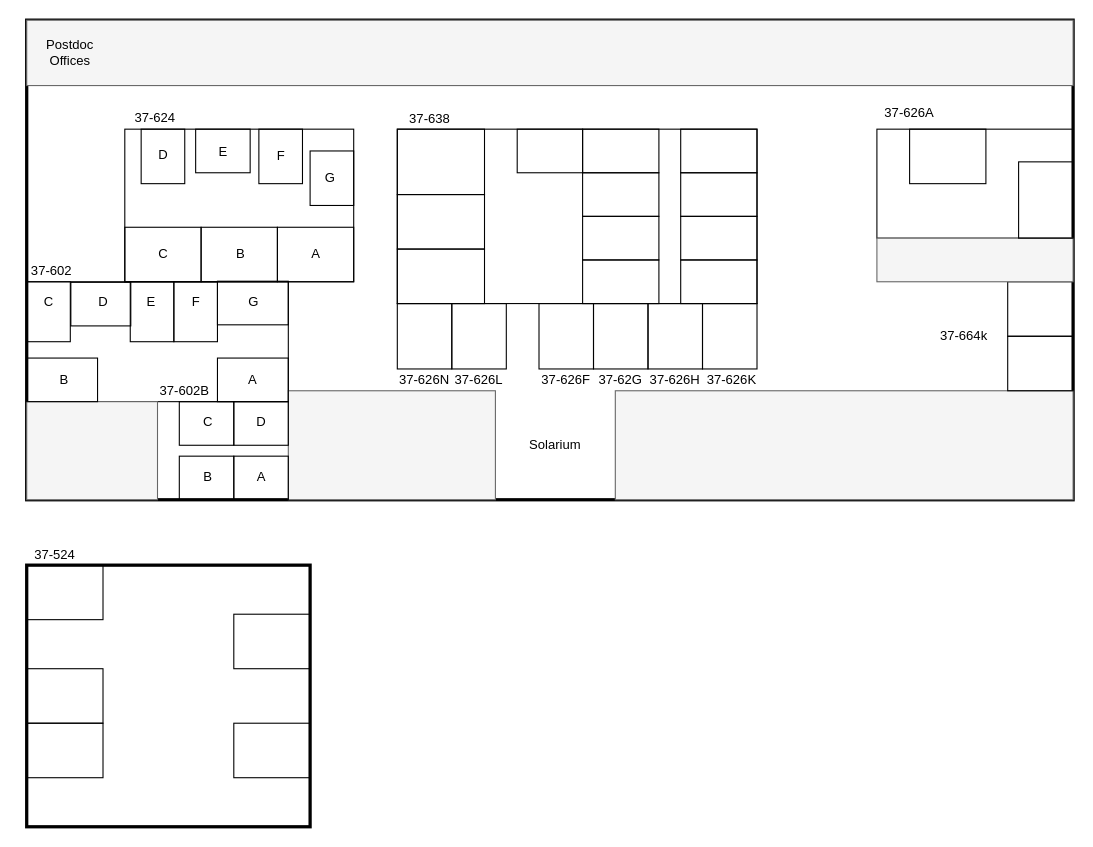
Above: floorplan.drawio in CianMRoche/DeskCzar (draw.io), before the change. Source tidied: cells renumbered, new cells numbered last; positions are measured from the earlier drawing's top-left corner, leaving out a move shared by most shapes. Both pictures are drawn from the tidied source at 109%, with x=0, y=0 at pixel (17, 20).
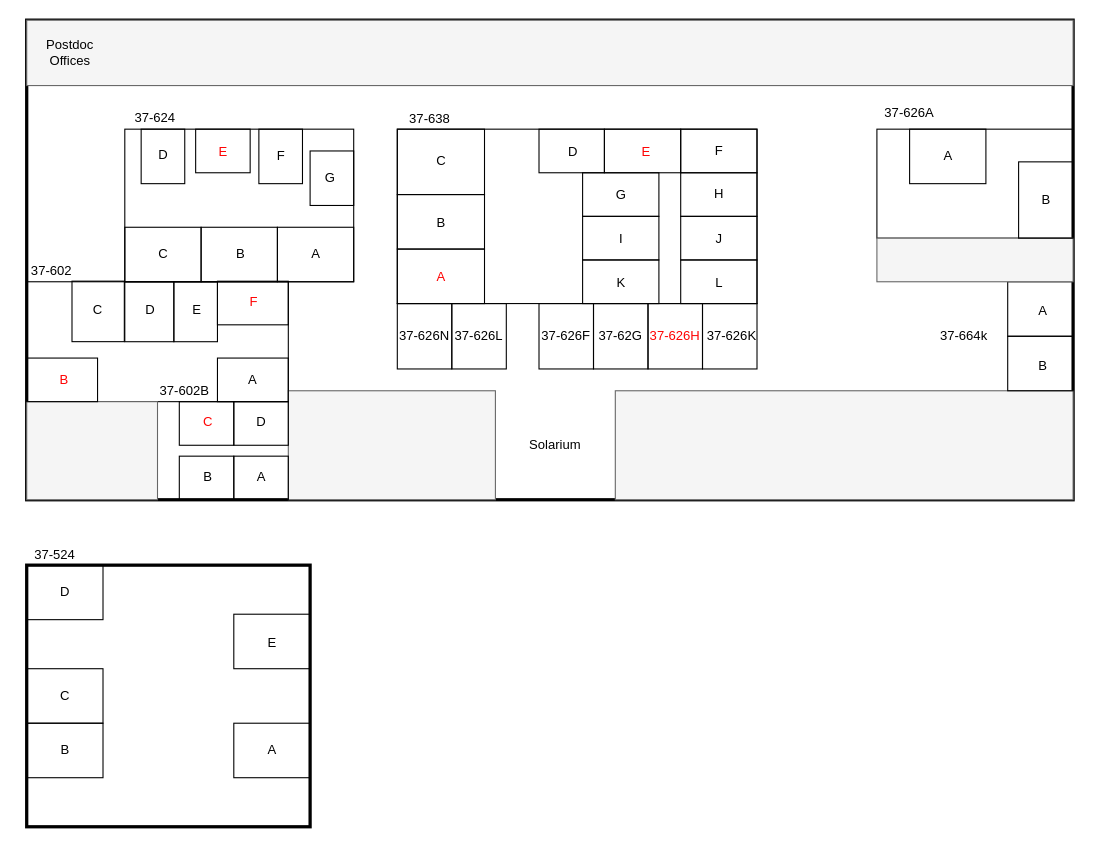
After the change.

Commit message:
Update floorplan.drawio all letters

What changed in the source:
```diff
@@
     <mxCell id="19" style="rounded=0;whiteSpace=wrap;html=1;fillColor=none;" parent="1" vertex="1">
-      <mxGeometry x="458" y="100" width="60" height="40" as="geometry" />
+      <mxGeometry x="478" y="100" width="60" height="40" as="geometry" />
     </mxCell>
     <mxCell id="20" style="rounded=0;whiteSpace=wrap;html=1;fillColor=none;" parent="1" vertex="1">
-      <mxGeometry x="518" y="100" width="70" height="40" as="geometry" />
+      <mxGeometry x="538" y="100" width="70" height="40" as="geometry" />
     </mxCell>
@@
-    <mxCell id="48" style="rounded=0;whiteSpace=wrap;html=1;fillColor=none;rotation=-180;" parent="1" vertex="1">
-      <mxGeometry x="8" y="240" width="40" height="55" as="geometry" />
-    </mxCell>
@@
     <mxCell id="50" style="rounded=0;whiteSpace=wrap;html=1;fillColor=none;rotation=90;" parent="1" vertex="1">
-      <mxGeometry x="56" y="233" width="40" height="55" as="geometry" />
+      <mxGeometry x="45.8" y="243.2" width="55.5" height="48" as="geometry" />
     </mxCell>
     <mxCell id="51" style="rounded=0;whiteSpace=wrap;html=1;fillColor=none;rotation=-180;" parent="1" vertex="1">
-      <mxGeometry x="103" y="240" width="40" height="55" as="geometry" />
+      <mxGeometry x="98" y="240" width="45" height="55" as="geometry" />
     </mxCell>
@@
     <mxCell id="64" value="37-626N" style="text;html=1;strokeColor=none;fillColor=none;align=center;verticalAlign=middle;whiteSpace=wrap;rounded=0;" parent="1" vertex="1">
-      <mxGeometry x="343" y="315" width="60" height="30" as="geometry" />
+      <mxGeometry x="343" y="275" width="60" height="30" as="geometry" />
     </mxCell>
     <mxCell id="65" value="37-626L" style="text;html=1;strokeColor=none;fillColor=none;align=center;verticalAlign=middle;whiteSpace=wrap;rounded=0;" parent="1" vertex="1">
-      <mxGeometry x="393" y="315" width="60" height="30" as="geometry" />
+      <mxGeometry x="393" y="275" width="60" height="30" as="geometry" />
     </mxCell>
     <mxCell id="66" value="37-626F" style="text;html=1;strokeColor=none;fillColor=none;align=center;verticalAlign=middle;whiteSpace=wrap;rounded=0;" parent="1" vertex="1">
-      <mxGeometry x="473" y="315" width="60" height="30" as="geometry" />
+      <mxGeometry x="473" y="275" width="60" height="30" as="geometry" />
     </mxCell>
     <mxCell id="67" value="37-62G" style="text;html=1;strokeColor=none;fillColor=none;align=center;verticalAlign=middle;whiteSpace=wrap;rounded=0;" parent="1" vertex="1">
-      <mxGeometry x="523" y="315" width="60" height="30" as="geometry" />
+      <mxGeometry x="523" y="275" width="60" height="30" as="geometry" />
     </mxCell>
-    <mxCell id="68" value="37-626H" style="text;html=1;strokeColor=none;fillColor=none;align=center;verticalAlign=middle;whiteSpace=wrap;rounded=0;" parent="1" vertex="1">
-      <mxGeometry x="573" y="315" width="60" height="30" as="geometry" />
+    <mxCell id="68" value="&lt;font color=&quot;#ff0303&quot;&gt;37-626H&lt;/font&gt;" style="text;html=1;strokeColor=none;fillColor=none;align=center;verticalAlign=middle;whiteSpace=wrap;rounded=0;" parent="1" vertex="1">
+      <mxGeometry x="573" y="275" width="60" height="30" as="geometry" />
     </mxCell>
     <mxCell id="69" value="37-626K" style="text;html=1;strokeColor=none;fillColor=none;align=center;verticalAlign=middle;whiteSpace=wrap;rounded=0;" parent="1" vertex="1">
-      <mxGeometry x="625" y="315" width="60" height="30" as="geometry" />
+      <mxGeometry x="625" y="275" width="60" height="30" as="geometry" />
     </mxCell>
@@
-    <mxCell id="77" value="E" style="text;html=1;strokeColor=none;fillColor=none;align=center;verticalAlign=middle;whiteSpace=wrap;rounded=0;" parent="1" vertex="1">
+    <mxCell id="77" value="&lt;font color=&quot;#ff0303&quot;&gt;E&lt;/font&gt;" style="text;html=1;strokeColor=none;fillColor=none;align=center;verticalAlign=middle;whiteSpace=wrap;rounded=0;" parent="1" vertex="1">
       <mxGeometry x="179.5" y="106" width="17" height="30" as="geometry" />
     </mxCell>
@@
-    <mxCell id="81" value="B" style="text;html=1;strokeColor=none;fillColor=none;align=center;verticalAlign=middle;whiteSpace=wrap;rounded=0;" parent="1" vertex="1">
+    <mxCell id="81" value="&lt;font color=&quot;#ff0303&quot;&gt;B&lt;/font&gt;" style="text;html=1;strokeColor=none;fillColor=none;align=center;verticalAlign=middle;whiteSpace=wrap;rounded=0;" parent="1" vertex="1">
       <mxGeometry x="34" y="315" width="17" height="30" as="geometry" />
     </mxCell>
-    <mxCell id="82" value="C" style="text;html=1;strokeColor=none;fillColor=none;align=center;verticalAlign=middle;whiteSpace=wrap;rounded=0;" parent="1" vertex="1">
-      <mxGeometry x="20" y="244" width="17" height="30" as="geometry" />
-    </mxCell>
-    <mxCell id="83" value="D" style="text;html=1;strokeColor=none;fillColor=none;align=center;verticalAlign=middle;whiteSpace=wrap;rounded=0;" parent="1" vertex="1">
-      <mxGeometry x="70" y="244" width="17" height="30" as="geometry" />
+    <mxCell id="83" value="C" style="text;html=1;strokeColor=none;fillColor=none;align=center;verticalAlign=middle;whiteSpace=wrap;rounded=0;" parent="1" vertex="1">
+      <mxGeometry x="65" y="251" width="17" height="30" as="geometry" />
     </mxCell>
-    <mxCell id="84" value="E" style="text;html=1;strokeColor=none;fillColor=none;align=center;verticalAlign=middle;whiteSpace=wrap;rounded=0;" parent="1" vertex="1">
-      <mxGeometry x="114" y="244" width="17" height="30" as="geometry" />
+    <mxCell id="84" value="D" style="text;html=1;strokeColor=none;fillColor=none;align=center;verticalAlign=middle;whiteSpace=wrap;rounded=0;" parent="1" vertex="1">
+      <mxGeometry x="113" y="251" width="17" height="30" as="geometry" />
     </mxCell>
-    <mxCell id="85" value="F" style="text;html=1;strokeColor=none;fillColor=none;align=center;verticalAlign=middle;whiteSpace=wrap;rounded=0;" parent="1" vertex="1">
-      <mxGeometry x="155" y="244" width="17" height="30" as="geometry" />
+    <mxCell id="85" value="E" style="text;html=1;strokeColor=none;fillColor=none;align=center;verticalAlign=middle;whiteSpace=wrap;rounded=0;" parent="1" vertex="1">
+      <mxGeometry x="156" y="251" width="17" height="30" as="geometry" />
     </mxCell>
-    <mxCell id="86" value="G" style="text;html=1;strokeColor=none;fillColor=none;align=center;verticalAlign=middle;whiteSpace=wrap;rounded=0;" parent="1" vertex="1">
+    <mxCell id="86" value="&lt;font color=&quot;#ff0303&quot;&gt;F&lt;/font&gt;" style="text;html=1;strokeColor=none;fillColor=none;align=center;verticalAlign=middle;whiteSpace=wrap;rounded=0;" parent="1" vertex="1">
       <mxGeometry x="208" y="244" width="17" height="30" as="geometry" />
     </mxCell>
@@
-    <mxCell id="90" value="C" style="text;html=1;strokeColor=none;fillColor=none;align=center;verticalAlign=middle;whiteSpace=wrap;rounded=0;" parent="1" vertex="1">
+    <mxCell id="90" value="&lt;font color=&quot;#ff0303&quot;&gt;C&lt;/font&gt;" style="text;html=1;strokeColor=none;fillColor=none;align=center;verticalAlign=middle;whiteSpace=wrap;rounded=0;" parent="1" vertex="1">
       <mxGeometry x="166" y="354" width="17" height="30" as="geometry" />
     </mxCell>
+    <mxCell id="91" value="&lt;font color=&quot;#ff0303&quot;&gt;E&lt;/font&gt;" style="text;html=1;strokeColor=none;fillColor=none;align=center;verticalAlign=middle;whiteSpace=wrap;rounded=0;" parent="1" vertex="1">
+      <mxGeometry x="568" y="106" width="17" height="30" as="geometry" />
+    </mxCell>
+    <mxCell id="92" value="C" style="text;html=1;strokeColor=none;fillColor=none;align=center;verticalAlign=middle;whiteSpace=wrap;rounded=0;" parent="1" vertex="1">
+      <mxGeometry x="379.5" y="114" width="17" height="30" as="geometry" />
+    </mxCell>
+    <mxCell id="93" value="D" style="text;html=1;strokeColor=none;fillColor=none;align=center;verticalAlign=middle;whiteSpace=wrap;rounded=0;" parent="1" vertex="1">
+      <mxGeometry x="501" y="106" width="17" height="30" as="geometry" />
+    </mxCell>
+    <mxCell id="94" value="F" style="text;html=1;strokeColor=none;fillColor=none;align=center;verticalAlign=middle;whiteSpace=wrap;rounded=0;" parent="1" vertex="1">
+      <mxGeometry x="634.5" y="105" width="17" height="30" as="geometry" />
+    </mxCell>
+    <mxCell id="95" value="H" style="text;html=1;strokeColor=none;fillColor=none;align=center;verticalAlign=middle;whiteSpace=wrap;rounded=0;" parent="1" vertex="1">
+      <mxGeometry x="634.5" y="145" width="17" height="30" as="geometry" />
+    </mxCell>
+    <mxCell id="96" value="J" style="text;html=1;strokeColor=none;fillColor=none;align=center;verticalAlign=middle;whiteSpace=wrap;rounded=0;" parent="1" vertex="1">
+      <mxGeometry x="634.5" y="185" width="17" height="31" as="geometry" />
+    </mxCell>
+    <mxCell id="97" value="L" style="text;html=1;strokeColor=none;fillColor=none;align=center;verticalAlign=middle;whiteSpace=wrap;rounded=0;" parent="1" vertex="1">
+      <mxGeometry x="634.5" y="225" width="17" height="31" as="geometry" />
+    </mxCell>
+    <mxCell id="98" value="K" style="text;html=1;strokeColor=none;fillColor=none;align=center;verticalAlign=middle;whiteSpace=wrap;rounded=0;" parent="1" vertex="1">
+      <mxGeometry x="544.5" y="225" width="17" height="31" as="geometry" />
+    </mxCell>
+    <mxCell id="99" value="I" style="text;html=1;strokeColor=none;fillColor=none;align=center;verticalAlign=middle;whiteSpace=wrap;rounded=0;" parent="1" vertex="1">
+      <mxGeometry x="544.5" y="185" width="17" height="31" as="geometry" />
+    </mxCell>
+    <mxCell id="100" value="G" style="text;html=1;strokeColor=none;fillColor=none;align=center;verticalAlign=middle;whiteSpace=wrap;rounded=0;" parent="1" vertex="1">
+      <mxGeometry x="544.5" y="145" width="17" height="31" as="geometry" />
+    </mxCell>
+    <mxCell id="101" value="B" style="text;html=1;strokeColor=none;fillColor=none;align=center;verticalAlign=middle;whiteSpace=wrap;rounded=0;" parent="1" vertex="1">
+      <mxGeometry x="379.5" y="170" width="17" height="31" as="geometry" />
+    </mxCell>
+    <mxCell id="102" value="&lt;font color=&quot;#ff0303&quot;&gt;A&lt;/font&gt;" style="text;html=1;strokeColor=none;fillColor=none;align=center;verticalAlign=middle;whiteSpace=wrap;rounded=0;" parent="1" vertex="1">
+      <mxGeometry x="379.5" y="220" width="17" height="31" as="geometry" />
+    </mxCell>
+    <mxCell id="103" value="A" style="text;html=1;strokeColor=none;fillColor=none;align=center;verticalAlign=middle;whiteSpace=wrap;rounded=0;" parent="1" vertex="1">
+      <mxGeometry x="844.5" y="110" width="17" height="30" as="geometry" />
+    </mxCell>
+    <mxCell id="104" value="B" style="text;html=1;strokeColor=none;fillColor=none;align=center;verticalAlign=middle;whiteSpace=wrap;rounded=0;" parent="1" vertex="1">
+      <mxGeometry x="934.5" y="150" width="17" height="30" as="geometry" />
+    </mxCell>
+    <mxCell id="105" value="A" style="text;html=1;strokeColor=none;fillColor=none;align=center;verticalAlign=middle;whiteSpace=wrap;rounded=0;" parent="1" vertex="1">
+      <mxGeometry x="931.5" y="252" width="17" height="30" as="geometry" />
+    </mxCell>
+    <mxCell id="106" value="B" style="text;html=1;strokeColor=none;fillColor=none;align=center;verticalAlign=middle;whiteSpace=wrap;rounded=0;" parent="1" vertex="1">
+      <mxGeometry x="931.5" y="302" width="17" height="30" as="geometry" />
+    </mxCell>
+    <mxCell id="107" value="A" style="text;html=1;strokeColor=none;fillColor=none;align=center;verticalAlign=middle;whiteSpace=wrap;rounded=0;" parent="1" vertex="1">
+      <mxGeometry x="225" y="655" width="17" height="30" as="geometry" />
+    </mxCell>
+    <mxCell id="108" value="B" style="text;html=1;strokeColor=none;fillColor=none;align=center;verticalAlign=middle;whiteSpace=wrap;rounded=0;" parent="1" vertex="1">
+      <mxGeometry x="34.5" y="655" width="17" height="30" as="geometry" />
+    </mxCell>
+    <mxCell id="109" value="C" style="text;html=1;strokeColor=none;fillColor=none;align=center;verticalAlign=middle;whiteSpace=wrap;rounded=0;" parent="1" vertex="1">
+      <mxGeometry x="34.5" y="605" width="17" height="30" as="geometry" />
+    </mxCell>
+    <mxCell id="110" value="D" style="text;html=1;strokeColor=none;fillColor=none;align=center;verticalAlign=middle;whiteSpace=wrap;rounded=0;" parent="1" vertex="1">
+      <mxGeometry x="34.5" y="510" width="17" height="30" as="geometry" />
+    </mxCell>
+    <mxCell id="111" value="E" style="text;html=1;strokeColor=none;fillColor=none;align=center;verticalAlign=middle;whiteSpace=wrap;rounded=0;" parent="1" vertex="1">
+      <mxGeometry x="224.5" y="557" width="17" height="30" as="geometry" />
+    </mxCell>
```
